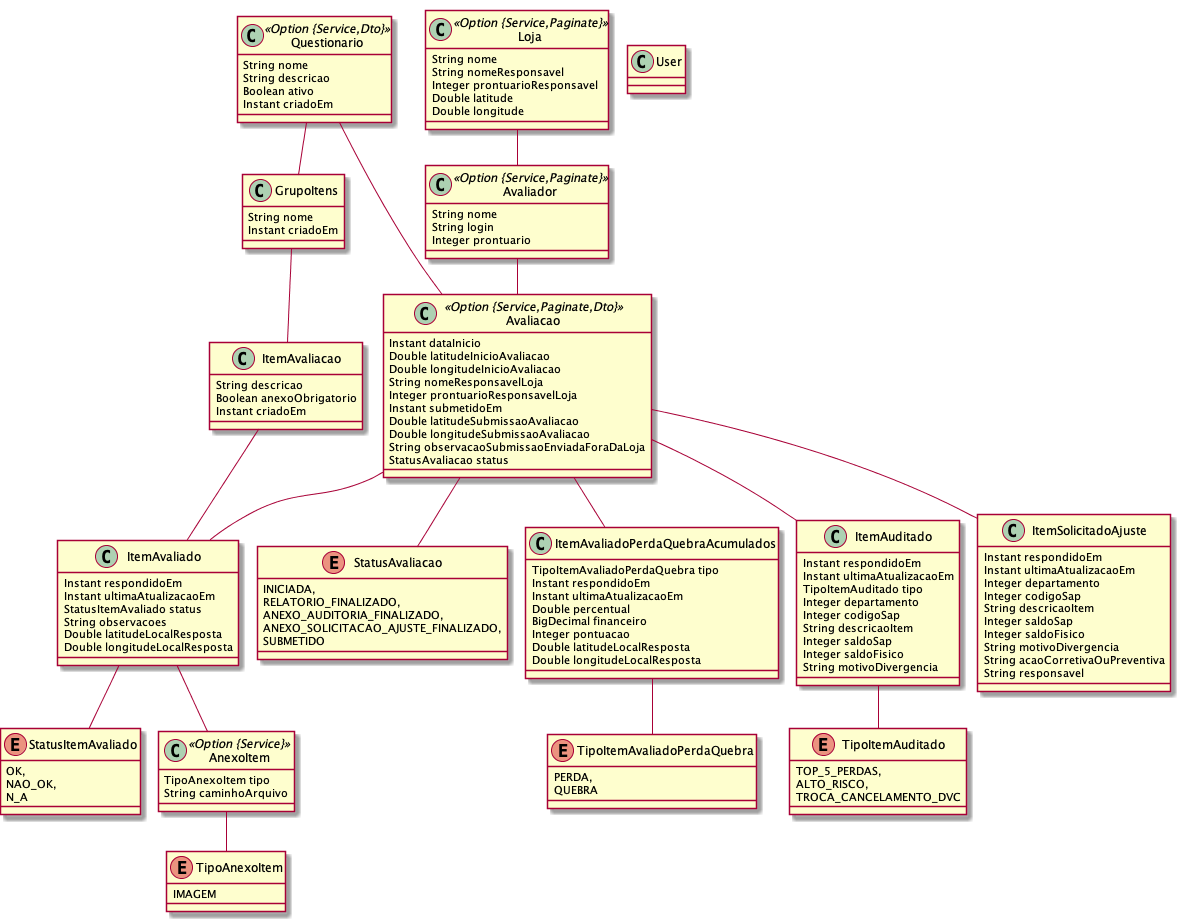
This is model.png from BulkSecurityGeneratorProject/appdevdcp, a PlantUML export, as it was before one commit. The source it was exported from:
```plantuml
@startuml
	!pragma graphviz_dot jdot
	!pragma syntax class
	enum StatusAvaliacao {
		INICIADA,
		RELATORIO_FINALIZADO,
		ANEXO_AUDITORIA_FINALIZADO,
		ANEXO_SOLICITACAO_AJUSTE_FINALIZADO,
		SUBMETIDO
	}
	enum StatusItemAvaliado {
		OK,
		NAO_OK,
		N_A
	}
	enum TipoItemAvaliadoPerdaQuebra {
		PERDA,
		QUEBRA
	}
	class Questionario <<Option {Service,Dto}>> {
		String nome
		String descricao
		Boolean ativo
		Instant criadoEm
	}
	class Avaliador <<Option {Service,Paginate}>> {
		String nome
		String login
		Integer prontuario
	}
	class Loja <<Option {Service,Paginate}>> {
		String nome
		String nomeResponsavel
		Integer prontuarioResponsavel
		Double latitude
		Double longitude
	}
	class Avaliacao <<Option {Service,Paginate,Dto}>> {
		Instant dataInicio
		Double latitudeInicioAvaliacao
		Double longitudeInicioAvaliacao
		String nomeResponsavelLoja
		Integer prontuarioResponsavelLoja
		Instant submetidoEm
		Double latitudeSubmissaoAvaliacao
		Double longitudeSubmissaoAvaliacao
		String observacaoSubmissaoEnviadaForaDaLoja
		StatusAvaliacao status
	}
	Avaliacao ..> StatusAvaliacao
	class ItemAvaliacao  {
		String descricao
		Boolean anexoObrigatorio
		Instant criadoEm
	}
	class ItemAvaliado  {
		Instant respondidoEm
		Instant ultimaAtualizacaoEm
		StatusItemAvaliado status
		String observacoes
		Double latitudeLocalResposta
		Double longitudeLocalResposta
	}
	ItemAvaliado ..> StatusItemAvaliado
	class ItemAvaliadoPerdaQuebraAcumulados  {
		TipoItemAvaliadoPerdaQuebra tipo
		Instant respondidoEm
		Instant ultimaAtualizacaoEm
		Double percentual
		BigDecimal financeiro
		Integer pontuacao
		Double latitudeLocalResposta
		Double longitudeLocalResposta
	}
	ItemAvaliadoPerdaQuebraAcumulados ..> TipoItemAvaliadoPerdaQuebra
	class GrupoItens  {
		String nome
		Instant criadoEm
	}
	enum TipoAnexoItem {
		IMAGEM
	}
	class AnexoItem <<Option {Service}>> {
		TipoAnexoItem tipo
		String caminhoArquivo
	}
	AnexoItem ..> TipoAnexoItem
	enum TipoItemAuditado {
		TOP_5_PERDAS,
		ALTO_RISCO,
		TROCA_CANCELAMENTO_DVC
	}
	class ItemAuditado  {
		Instant respondidoEm
		Instant ultimaAtualizacaoEm
		TipoItemAuditado tipo
		Integer departamento
		Integer codigoSap
		String descricaoItem
		Integer saldoSap
		Integer saldoFisico
		String motivoDivergencia
	}
	ItemAuditado ..> TipoItemAuditado
	class ItemSolicitadoAjuste  {
		Instant respondidoEm
		Instant ultimaAtualizacaoEm
		Integer departamento
		Integer codigoSap
		String descricaoItem
		Integer saldoSap
		Integer saldoFisico
		String motivoDivergencia
		String acaoCorretivaOuPreventiva
		String responsavel
	}
	Questionario  "avaliacoesRealizadas 0..1 " --o "questionario(nome) 0..* "  Avaliacao
	Avaliacao  "0..1 " --o "0..* "  ItemAvaliado
	ItemAvaliacao  "0..1 " --o "itemAvaliacao(descricao) 0..* "  ItemAvaliado
	ItemAvaliado  "anexos 0..1 " --o "0..* "  AnexoItem
	Avaliador  "0..1 " --o "avaliador(nome) 0..* "  Avaliacao
	Avaliacao  "itensPerdaEQuebraAcumulados(tipo) 0..1 " --o "0..* "  ItemAvaliadoPerdaQuebraAcumulados
	Avaliacao  "itensAuditados(descricaoItem) 0..1 " --o "0..* "  ItemAuditado
	Avaliacao  "itensComAjusteSolicitado(descricaoItem) 0..1 " --o "0..* "  ItemSolicitadoAjuste
	GrupoItens  "itens(descricao) 0..* " o--o "grupo(nome) 0..* "  ItemAvaliacao
	Questionario  "grupo(nome) 0..* " o--o "questionario(nome) 0..* "  GrupoItens
	Loja  "avaliador(nome) 0..* " o--o "loja(nome) 0..* "  Avaliador
	class User  {
	}
@enduml
```
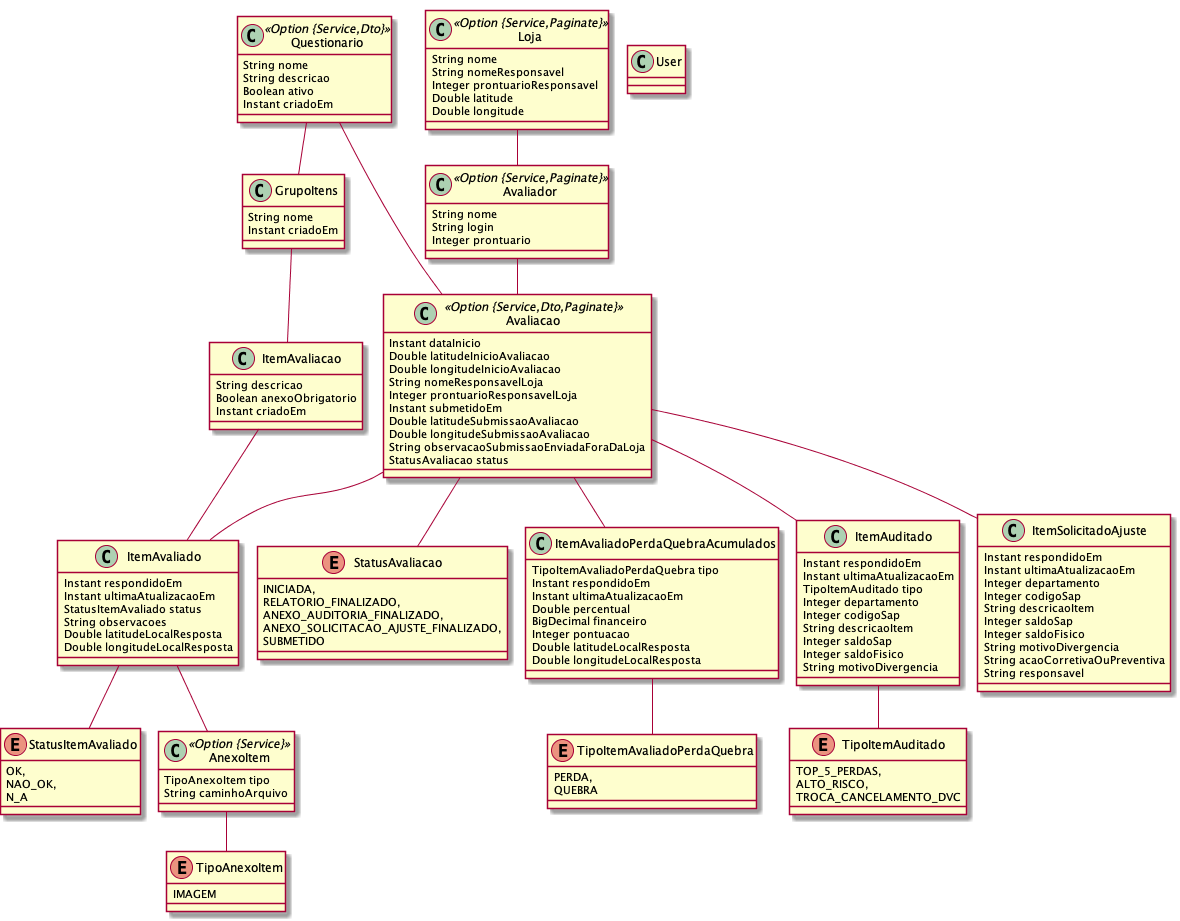
Above is the later version.

The edit, as a diff of the source:
```diff
@@ -35,7 +35,7 @@
 		Double latitude
 		Double longitude
 	}
-	class Avaliacao <<Option {Service,Paginate,Dto}>> {
+	class Avaliacao <<Option {Service,Dto,Paginate}>> {
 		Instant dataInicio
 		Double latitudeInicioAvaliacao
 		Double longitudeInicioAvaliacao
```
